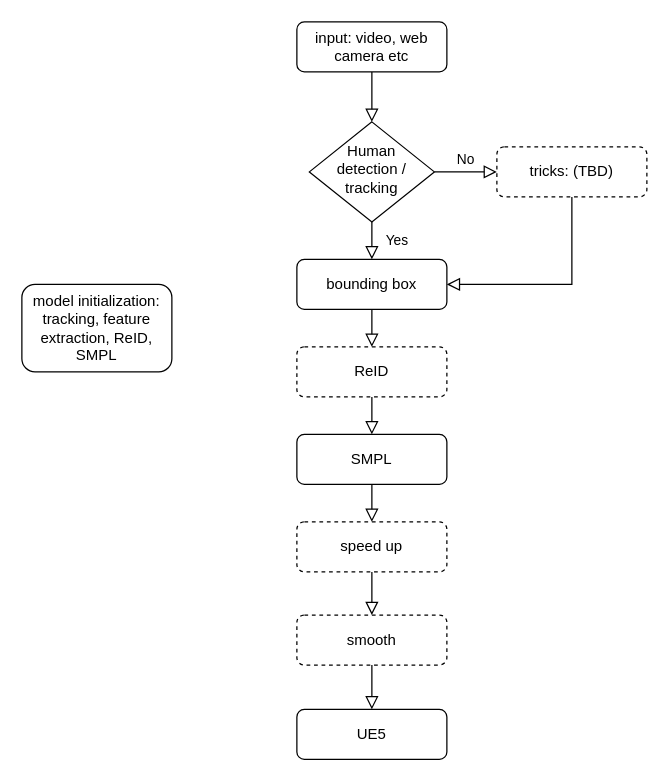
zhewei-mt/zhewei-mt keeps this draw.io diagram as suiying_pipeline.drawio. Above is the earlier version. Source tidied: cells renumbered, new cells numbered last; positions are measured from the earlier drawing's top-left corner, leaving out a move shared by most shapes. Both pictures are drawn from the tidied source at 125%, with x=0, y=0 at pixel (21, 21).
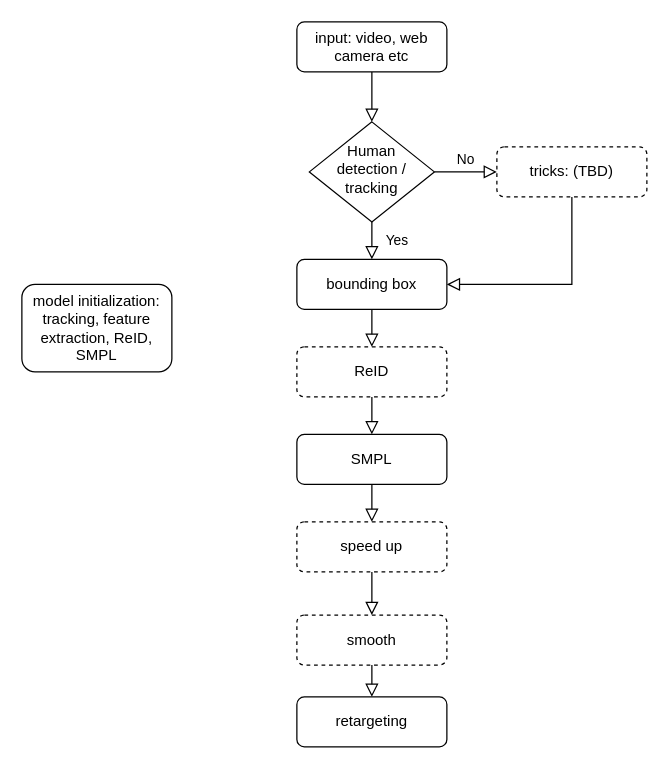
After the change.

Change to the diagram source:
```diff
@@
-    <mxCell id="19" value="UE5" style="rounded=1;whiteSpace=wrap;html=1;fontSize=12;glass=0;strokeWidth=1;shadow=0;" parent="1" vertex="1">
-      <mxGeometry x="220" y="550" width="120" height="40" as="geometry" />
+    <mxCell id="19" value="retargeting" style="rounded=1;whiteSpace=wrap;html=1;fontSize=12;glass=0;strokeWidth=1;shadow=0;" parent="1" vertex="1">
+      <mxGeometry x="220" y="540" width="120" height="40" as="geometry" />
     </mxCell>
```
